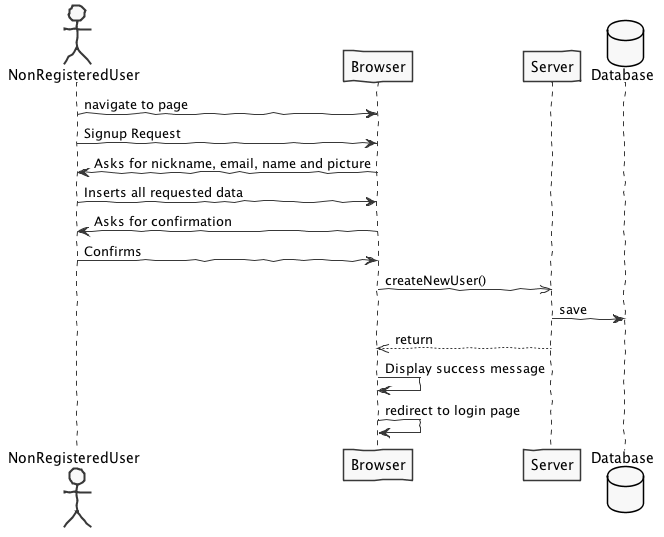
The PlantUML diagram docs/red/1161292/sp2/analysis1.png in Fuel4us/EventManagingApp, before a commit.
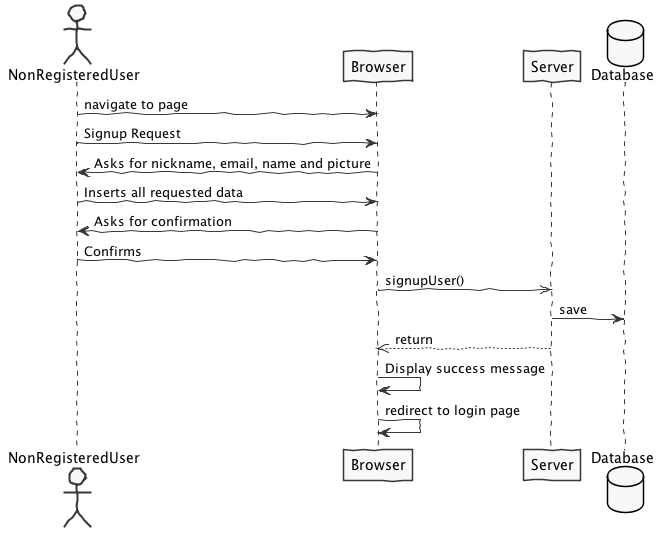
Later version of the same file.

What changed in the source:
```diff
@@ -16,7 +16,7 @@
 Browser -> NonRegisteredUser : Asks for confirmation
 NonRegisteredUser -> Browser : Confirms
 
-Browser ->> Server : createNewUser()
+Browser ->> Server : signupUser()
 
 database Database
 
```
